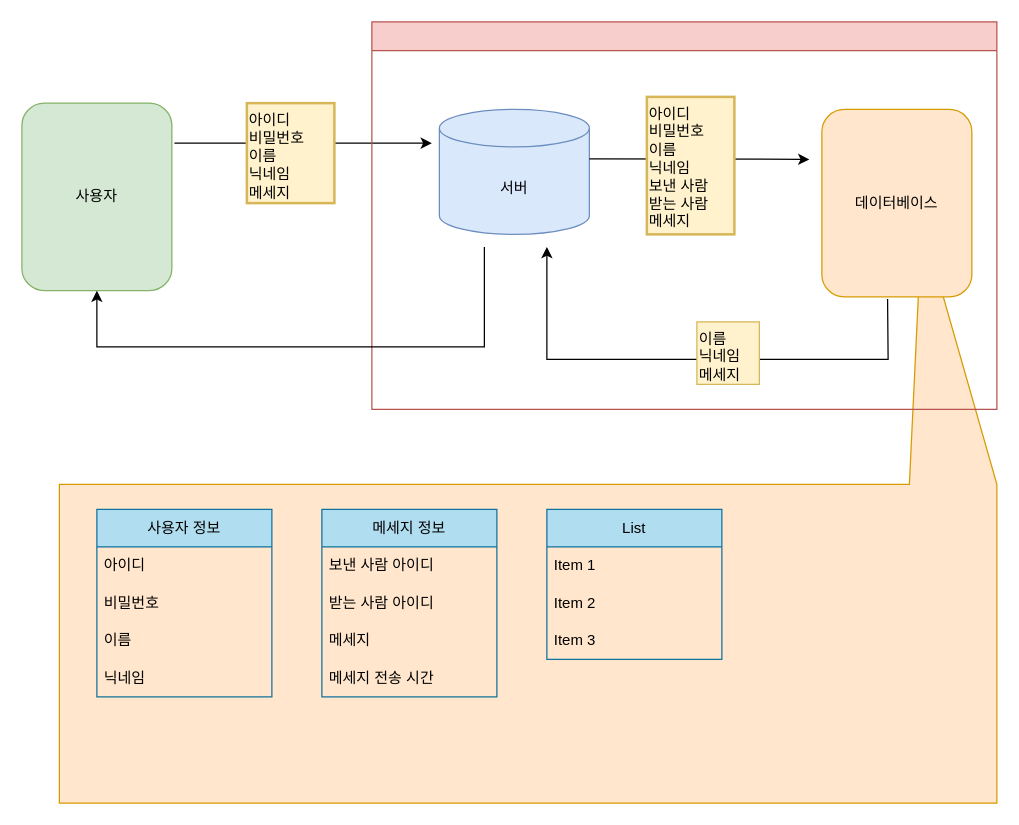
jh051777/chat keeps this draw.io diagram as 채팅 다이어그램.drawio. Above is the earlier version. Source tidied: cells renumbered, new cells numbered last; positions are measured from the earlier drawing's top-left corner, leaving out a move shared by most shapes. Both pictures are drawn from the tidied source at 125%, with x=0, y=0 at pixel (21, 21).
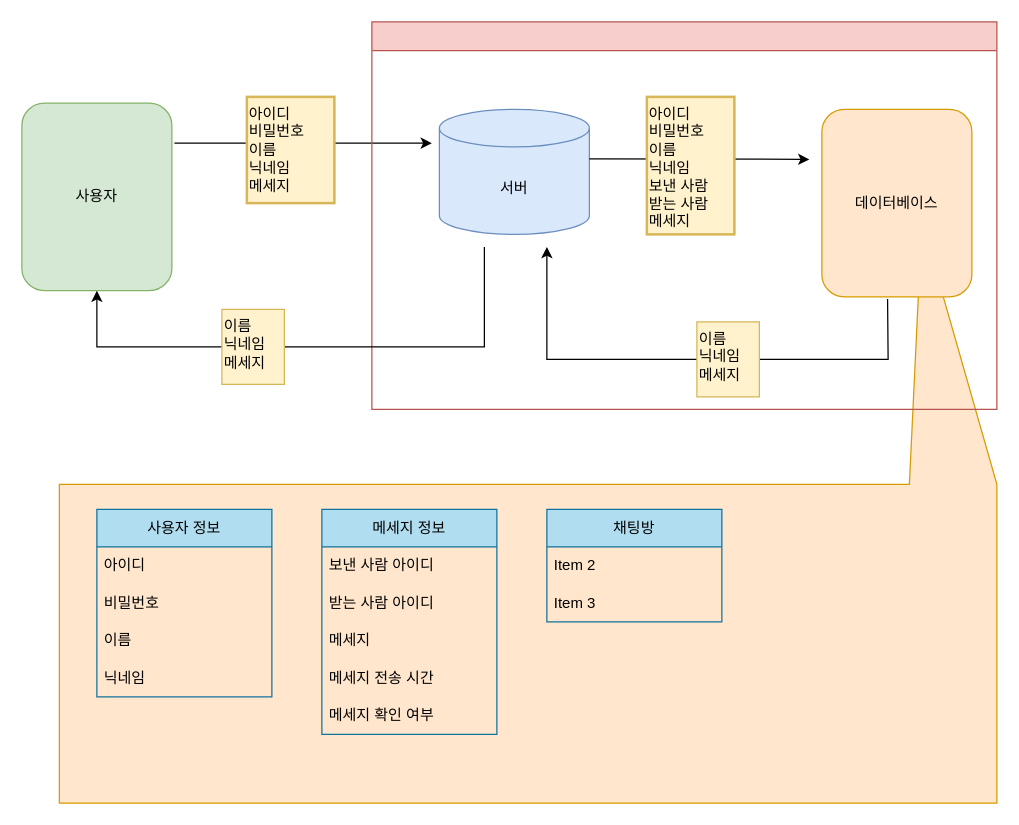
The same diagram, later.

Commit message:
채팅 다이어그램.drawio 업데이트

Unchanged cells that the change refers to:
```xml
<mxCell id="9" style="swimlane;whiteSpace=wrap;html=1;fillColor=#f8cecc;strokeColor=#b85450;" parent="1" vertex="1">
  <mxGeometry x="280" width="500" height="310" as="geometry" />
</mxCell>
```

The edit, as a diff of the source:
```diff
@@
     <mxCell id="8" value="&lt;font style=&quot;font-size: 12px;&quot;&gt;아이디&lt;/font&gt;&lt;div style=&quot;font-size: 12px;&quot;&gt;&lt;font style=&quot;font-size: 12px;&quot;&gt;비밀번호&lt;/font&gt;&lt;/div&gt;&lt;div style=&quot;font-size: 12px;&quot;&gt;&lt;font style=&quot;font-size: 12px;&quot;&gt;이름&lt;/font&gt;&lt;/div&gt;&lt;div style=&quot;font-size: 12px;&quot;&gt;&lt;font style=&quot;font-size: 12px;&quot;&gt;닉네임&lt;/font&gt;&lt;/div&gt;&lt;div style=&quot;font-size: 12px;&quot;&gt;&lt;font style=&quot;font-size: 12px;&quot;&gt;메세지&lt;/font&gt;&lt;/div&gt;" style="text;html=1;align=left;verticalAlign=top;whiteSpace=wrap;rounded=0;strokeWidth=2;fillColor=#fff2cc;strokeColor=#d6b656;fontSize=12;" parent="1" vertex="1">
-      <mxGeometry x="180" y="65" width="70" height="80" as="geometry" />
+      <mxGeometry x="180" y="60" width="70" height="85" as="geometry" />
     </mxCell>
@@
     <mxCell id="11" value="&lt;div&gt;이름&lt;/div&gt;&lt;div&gt;닉네임&lt;/div&gt;&lt;div&gt;메세지&lt;/div&gt;" style="text;html=1;align=left;verticalAlign=top;whiteSpace=wrap;rounded=0;horizontal=1;fillColor=#fff2cc;strokeColor=#d6b656;" parent="9" vertex="1">
-      <mxGeometry x="260" y="240" width="50" height="50" as="geometry" />
+      <mxGeometry x="260" y="240" width="50" height="60" as="geometry" />
     </mxCell>
@@
     <mxCell id="19" value="메세지 정보" style="swimlane;fontStyle=0;horizontal=1;startSize=30;whiteSpace=wrap;html=1;fillColor=#b1ddf0;strokeColor=#10739e;" parent="1" vertex="1">
-      <mxGeometry x="240" y="390" width="140" height="150" as="geometry" />
+      <mxGeometry x="240" y="390" width="140" height="180" as="geometry" />
     </mxCell>
@@
+    <mxCell id="28" value="메세지 확인 여부" style="text;strokeColor=none;fillColor=none;align=left;verticalAlign=middle;spacingLeft=4;spacingRight=4;overflow=hidden;whiteSpace=wrap;html=1;" parent="19" vertex="1">
+      <mxGeometry y="150" width="140" height="30" as="geometry" />
+    </mxCell>
-    <mxCell id="24" value="List" style="swimlane;fontStyle=0;horizontal=1;startSize=30;whiteSpace=wrap;html=1;fillColor=#b1ddf0;strokeColor=#10739e;" parent="1" vertex="1">
-      <mxGeometry x="420" y="390" width="140" height="120" as="geometry" />
+    <mxCell id="24" value="채팅방" style="swimlane;fontStyle=0;horizontal=1;startSize=30;whiteSpace=wrap;html=1;fillColor=#b1ddf0;strokeColor=#10739e;" parent="1" vertex="1">
+      <mxGeometry x="420" y="390" width="140" height="90" as="geometry" />
     </mxCell>
-    <mxCell id="25" value="Item 1" style="text;strokeColor=none;fillColor=none;align=left;verticalAlign=middle;spacingLeft=4;spacingRight=4;overflow=hidden;whiteSpace=wrap;html=1;" parent="24" vertex="1">
-      <mxGeometry y="30" width="140" height="30" as="geometry" />
-    </mxCell>
     <mxCell id="26" value="Item 2" style="text;strokeColor=none;fillColor=none;align=left;verticalAlign=middle;spacingLeft=4;spacingRight=4;overflow=hidden;whiteSpace=wrap;html=1;" parent="24" vertex="1">
-      <mxGeometry y="60" width="140" height="30" as="geometry" />
+      <mxGeometry y="30" width="140" height="30" as="geometry" />
     </mxCell>
     <mxCell id="27" value="Item 3" style="text;strokeColor=none;fillColor=none;align=left;verticalAlign=middle;spacingLeft=4;spacingRight=4;overflow=hidden;whiteSpace=wrap;html=1;" parent="24" vertex="1">
-      <mxGeometry y="90" width="140" height="30" as="geometry" />
+      <mxGeometry y="60" width="140" height="30" as="geometry" />
     </mxCell>
+    <mxCell id="29" value="&lt;div&gt;이름&lt;/div&gt;&lt;div&gt;닉네임&lt;/div&gt;&lt;div&gt;메세지&lt;/div&gt;" style="text;html=1;align=left;verticalAlign=top;whiteSpace=wrap;rounded=0;horizontal=1;fillColor=#fff2cc;strokeColor=#d6b656;" parent="1" vertex="1">
+      <mxGeometry x="160" y="230" width="50" height="60" as="geometry" />
+    </mxCell>
```
